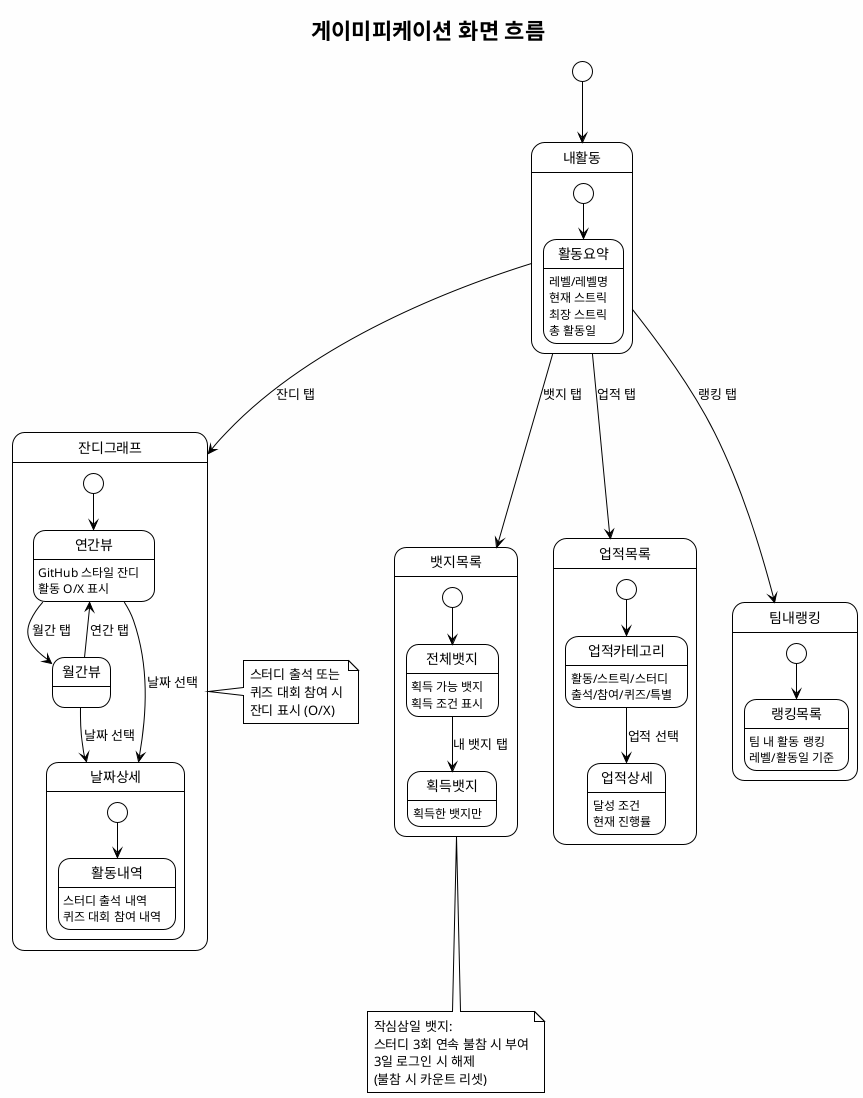
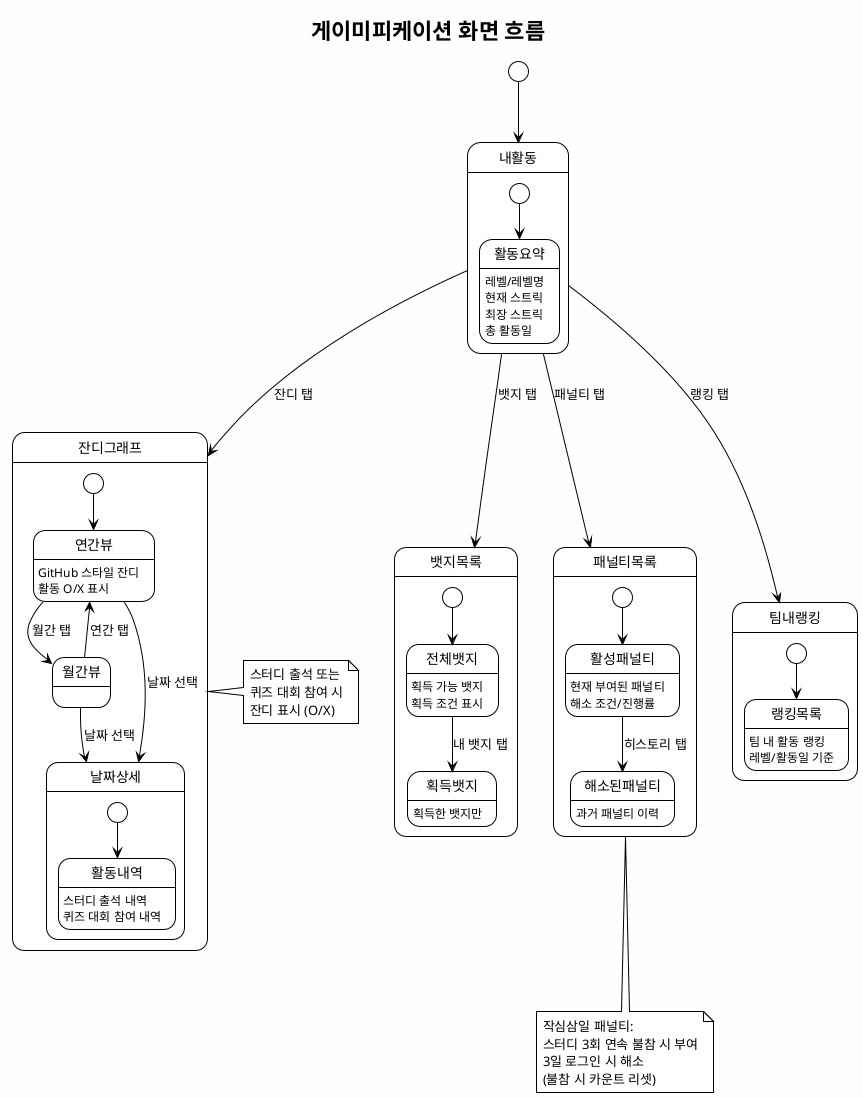
@startuml Flow_게이미피케이션
!theme plain
skinparam backgroundColor #FEFEFE

title 게이미피케이션 화면 흐름

[*] --> 내활동

state 내활동 {
    [*] --> 활동요약
    활동요약 : 레벨/레벨명
    활동요약 : 현재 스트릭
    활동요약 : 최장 스트릭
    활동요약 : 총 활동일
}

내활동 --> 잔디그래프 : 잔디 탭

state 잔디그래프 {
    [*] --> 연간뷰
    연간뷰 : GitHub 스타일 잔디
    연간뷰 : 활동 O/X 표시
    연간뷰 --> 월간뷰 : 월간 탭
    월간뷰 --> 연간뷰 : 연간 탭

    연간뷰 --> 날짜상세 : 날짜 선택
    월간뷰 --> 날짜상세 : 날짜 선택

    state 날짜상세 {
        [*] --> 활동내역
        활동내역 : 스터디 출석 내역
        활동내역 : 퀴즈 대회 참여 내역
    }
}

내활동 --> 뱃지목록 : 뱃지 탭

state 뱃지목록 {
    [*] --> 전체뱃지
    전체뱃지 : 획득 가능 뱃지
    전체뱃지 : 획득 조건 표시
    전체뱃지 --> 획득뱃지 : 내 뱃지 탭
    획득뱃지 : 획득한 뱃지만
}

- 내활동 --> 업적목록 : 업적 탭
+ 내활동 --> 패널티목록 : 패널티 탭

- state 업적목록 {
-     [*] --> 업적카테고리
-     업적카테고리 : 활동/스트릭/스터디
-     업적카테고리 : 출석/참여/퀴즈/특별
-     업적카테고리 --> 업적상세 : 업적 선택
+ state 패널티목록 {
+     [*] --> 활성패널티
+     활성패널티 : 현재 부여된 패널티
+     활성패널티 : 해소 조건/진행률
+     활성패널티 --> 해소된패널티 : 히스토리 탭

-     업적상세 : 달성 조건
-     업적상세 : 현재 진행률
+     해소된패널티 : 과거 패널티 이력
}

내활동 --> 팀내랭킹 : 랭킹 탭

state 팀내랭킹 {
    [*] --> 랭킹목록
    랭킹목록 : 팀 내 활동 랭킹
    랭킹목록 : 레벨/활동일 기준
}

note right of 잔디그래프
  스터디 출석 또는
  퀴즈 대회 참여 시
  잔디 표시 (O/X)
end note

- note bottom of 뱃지목록
-   작심삼일 뱃지:
+ note bottom of 패널티목록
+   작심삼일 패널티:
  스터디 3회 연속 불참 시 부여
-   3일 로그인 시 해제
+   3일 로그인 시 해소
  (불참 시 카운트 리셋)
end note

@enduml
